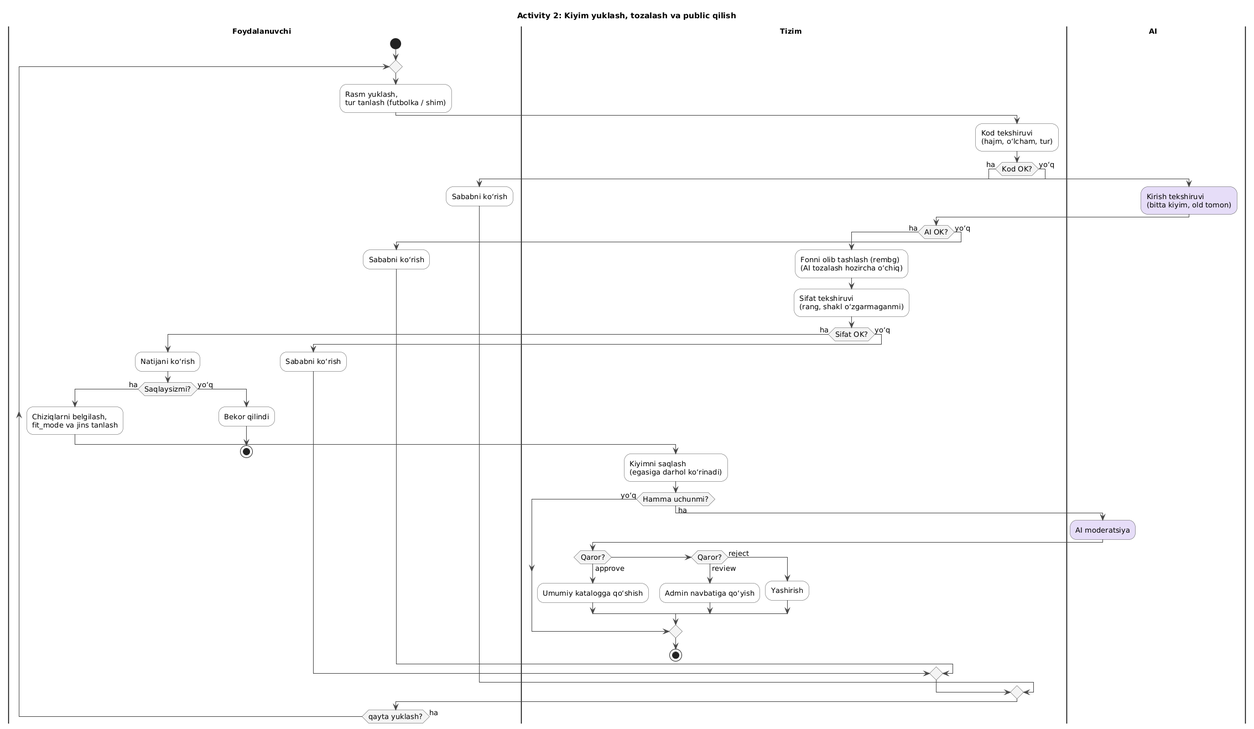
Above: docs/diagrams/activity-2-garment-upload.png in Zarnigor/Virtual-Try-On (PlantUML), before the change.
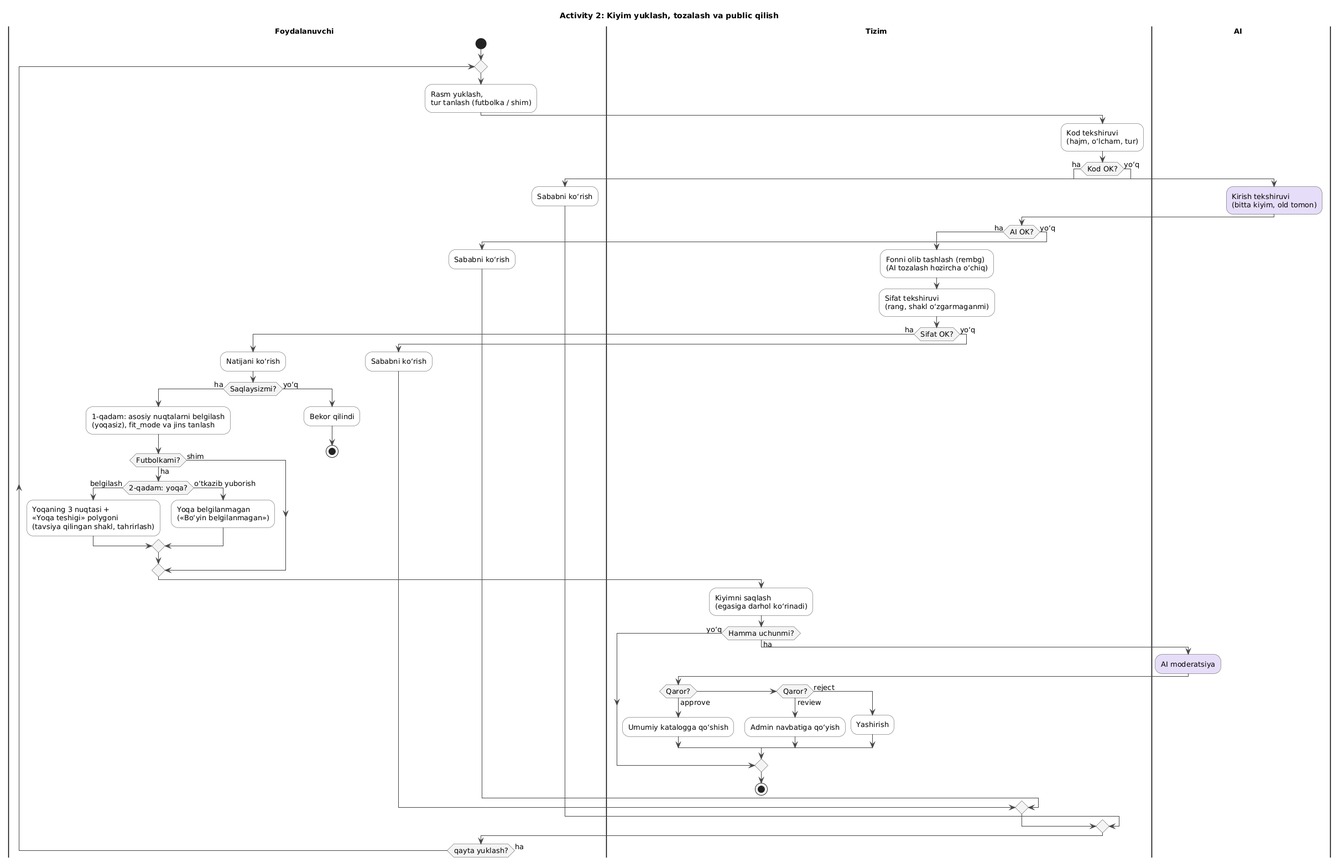
The same diagram one commit later.

What changed in the source:
```diff
@@ -19,7 +19,15 @@
         |Foydalanuvchi|
         :Natijani koʻrish;
         if (Saqlaysizmi?) then (ha)
-          :Chiziqlarni belgilash,\nfit_mode va jins tanlash;
+          :1-qadam: asosiy nuqtalarni belgilash\n(yoqasiz), fit_mode va jins tanlash;
+          if (Futbolkami?) then (ha)
+            if (2-qadam: yoqa?) then (belgilash)
+              :Yoqaning 3 nuqtasi +\n«Yoqa teshigi» polygoni\n(tavsiya qilingan shakl, tahrirlash);
+            else (oʻtkazib yuborish)
+              :Yoqa belgilanmagan\n(«Boʻyin belgilanmagan»);
+            endif
+          else (shim)
+          endif
           |Tizim|
           :Kiyimni saqlash\n(egasiga darhol koʻrinadi);
           if (Hamma uchunmi?) then (ha)
```
